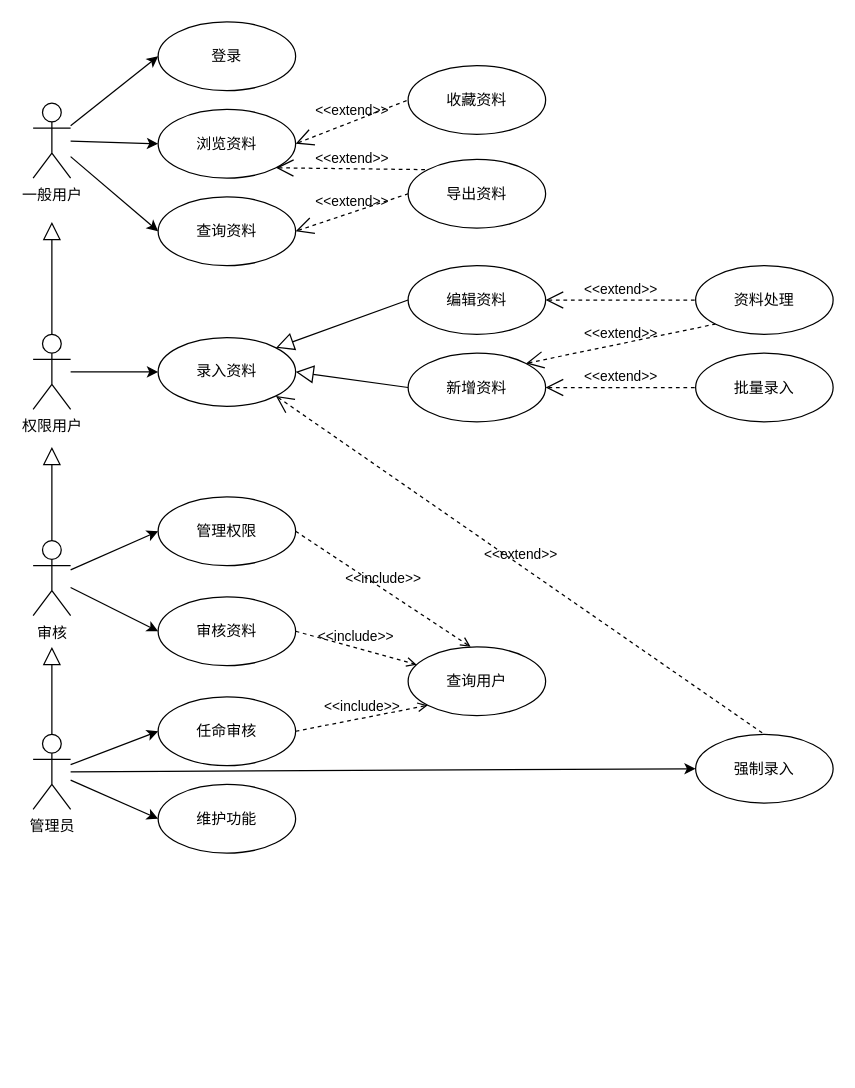
This is UML用例图.drawio from icemeowzhi/uml, a draw.io file, before an edit. Source tidied: cells renumbered, new cells numbered last; positions are measured from the earlier drawing's top-left corner, leaving out a move shared by most shapes. Both pictures are drawn from the tidied source at 125%, with x=0, y=0 at pixel (32, 21).
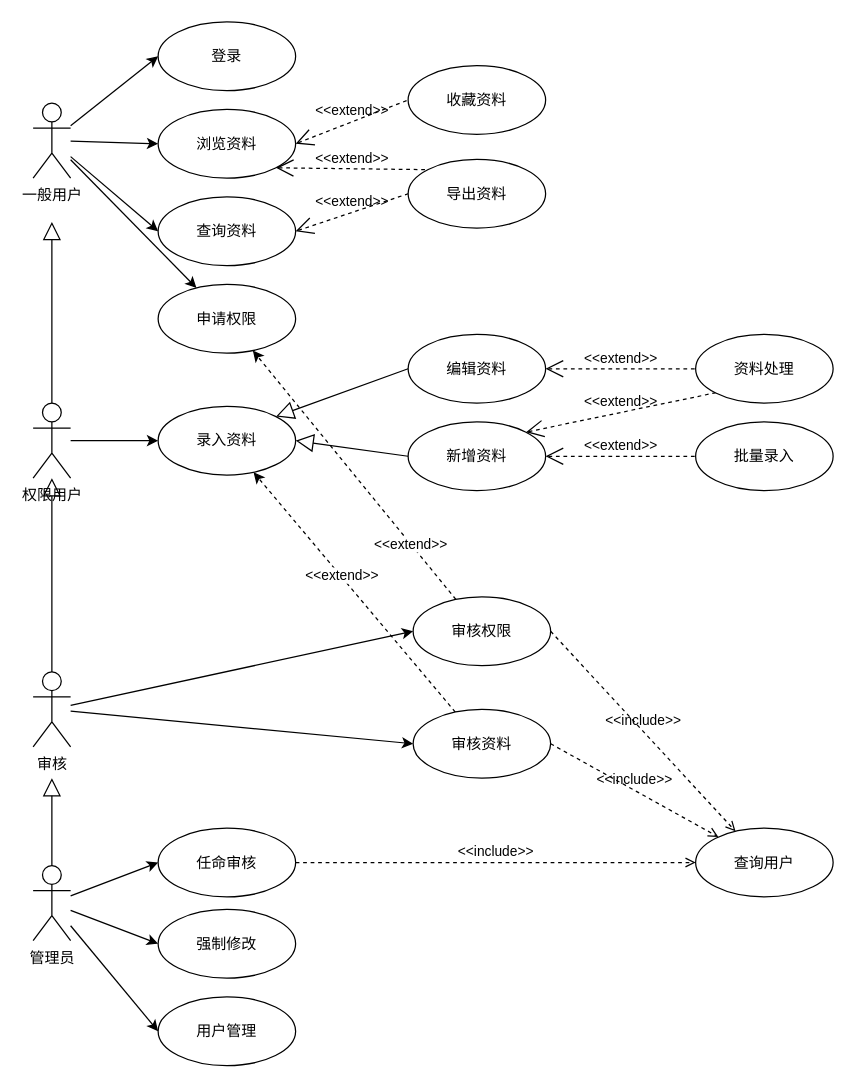
Above is the later version.

Commit message:
更新UML用例图.drawio

The change refers to these unchanged cells:
```xml
<mxCell id="5" value="一般用户" style="shape=umlActor;verticalLabelPosition=bottom;verticalAlign=top;html=1;" parent="1" vertex="1">
  <mxGeometry y="65" width="30" height="60" as="geometry" />
</mxCell>
```

Change to the diagram source:
```diff
@@
+    <mxCell id="46" style="rounded=0;jettySize=auto;html=1;" parent="1" edge="1" source="5" target="51">
+      <mxGeometry relative="1" as="geometry" />
+    </mxCell>
@@
     <mxCell id="7" value="权限用户" style="shape=umlActor;verticalLabelPosition=bottom;verticalAlign=top;html=1;" parent="1" vertex="1">
-      <mxGeometry y="250" width="30" height="60" as="geometry" />
+      <mxGeometry y="305" width="30" height="60" as="geometry" />
     </mxCell>
@@
     <mxCell id="11" value="管理员" style="shape=umlActor;verticalLabelPosition=bottom;verticalAlign=top;html=1;" parent="1" vertex="1">
-      <mxGeometry y="570" width="30" height="60" as="geometry" />
+      <mxGeometry y="675" width="30" height="60" as="geometry" />
     </mxCell>
@@
     <mxCell id="14" value="审核" style="shape=umlActor;verticalLabelPosition=bottom;verticalAlign=top;html=1;" parent="1" vertex="1">
-      <mxGeometry y="415" width="30" height="60" as="geometry" />
+      <mxGeometry y="520" width="30" height="60" as="geometry" />
     </mxCell>
@@
     <mxCell id="16" value="编辑资料" style="ellipse;whiteSpace=wrap;html=1;" parent="1" vertex="1">
-      <mxGeometry x="300" y="195" width="110" height="55" as="geometry" />
+      <mxGeometry x="300" y="250" width="110" height="55" as="geometry" />
     </mxCell>
@@
     <mxCell id="21" value="新增资料" style="ellipse;whiteSpace=wrap;html=1;" parent="1" vertex="1">
-      <mxGeometry x="300" y="265" width="110" height="55" as="geometry" />
+      <mxGeometry x="300" y="320" width="110" height="55" as="geometry" />
     </mxCell>
     <mxCell id="22" value="资料处理" style="ellipse;whiteSpace=wrap;html=1;" parent="1" vertex="1">
-      <mxGeometry x="530" y="195" width="110" height="55" as="geometry" />
+      <mxGeometry x="530" y="250" width="110" height="55" as="geometry" />
     </mxCell>
+    <mxCell id="47" style="rounded=0;jettySize=auto;html=1;dashed=1;" parent="1" edge="1" source="23" target="42">
+      <mxGeometry relative="1" as="geometry" />
+    </mxCell>
+    <mxCell id="48" value="&amp;lt;&amp;lt;extend&amp;gt;&amp;gt;" style="edgeLabel;html=1;align=center;verticalAlign=middle;" parent="47" vertex="1">
+      <mxGeometry x="0.14" relative="1" as="geometry">
+        <mxPoint x="1" as="offset" />
+      </mxGeometry>
+    </mxCell>
     <mxCell id="23" value="审核资料" style="ellipse;whiteSpace=wrap;html=1;" parent="1" vertex="1">
-      <mxGeometry x="100" y="460" width="110" height="55" as="geometry" />
+      <mxGeometry x="304" y="550" width="110" height="55" as="geometry" />
     </mxCell>
+    <mxCell id="49" style="rounded=0;jettySize=auto;html=1;dashed=1;" parent="1" edge="1" source="24" target="51">
+      <mxGeometry relative="1" as="geometry" />
+    </mxCell>
+    <mxCell id="50" value="&amp;lt;&amp;lt;extend&amp;gt;&amp;gt;" style="edgeLabel;html=1;align=center;verticalAlign=middle;" parent="49" vertex="1">
+      <mxGeometry x="-0.56" y="-1" relative="1" as="geometry">
+        <mxPoint x="-1" as="offset" />
+      </mxGeometry>
+    </mxCell>
-    <mxCell id="24" value="管理权限" style="ellipse;whiteSpace=wrap;html=1;" parent="1" vertex="1">
-      <mxGeometry x="100" y="380" width="110" height="55" as="geometry" />
+    <mxCell id="24" value="审核权限" style="ellipse;whiteSpace=wrap;html=1;" parent="1" vertex="1">
+      <mxGeometry x="304" y="460" width="110" height="55" as="geometry" />
     </mxCell>
     <mxCell id="25" value="任命审核" style="ellipse;whiteSpace=wrap;html=1;" parent="1" vertex="1">
-      <mxGeometry x="100" y="540" width="110" height="55" as="geometry" />
+      <mxGeometry x="100" y="645" width="110" height="55" as="geometry" />
     </mxCell>
-    <mxCell id="26" value="强制录入" style="ellipse;whiteSpace=wrap;html=1;" parent="1" vertex="1">
-      <mxGeometry x="530" y="570" width="110" height="55" as="geometry" />
+    <mxCell id="26" value="强制修改" style="ellipse;whiteSpace=wrap;html=1;" parent="1" vertex="1">
+      <mxGeometry x="100" y="710" width="110" height="55" as="geometry" />
     </mxCell>
     <mxCell id="27" value="批量录入" style="ellipse;whiteSpace=wrap;html=1;" parent="1" vertex="1">
-      <mxGeometry x="530" y="265" width="110" height="55" as="geometry" />
+      <mxGeometry x="530" y="320" width="110" height="55" as="geometry" />
     </mxCell>
     <mxCell id="28" style="edgeStyle=none;html=1;endArrow=block;endFill=0;endSize=12;verticalAlign=bottom;rounded=0;exitX=0.5;exitY=0;exitDx=0;exitDy=0;exitPerimeter=0;" parent="1" edge="1" source="11">
       <mxGeometry relative="1" as="geometry">
-        <mxPoint x="15" y="500" as="targetPoint" />
+        <mxPoint x="15" y="605" as="targetPoint" />
       </mxGeometry>
     </mxCell>
-    <mxCell id="29" style="edgeStyle=none;html=1;endArrow=block;endFill=0;endSize=12;verticalAlign=bottom;rounded=0;exitX=0.5;exitY=0;exitDx=0;exitDy=0;exitPerimeter=0;" parent="1" edge="1" source="14">
-      <mxGeometry relative="1" as="geometry">
-        <mxPoint x="15" y="340" as="targetPoint" />
-      </mxGeometry>
+    <mxCell id="29" style="edgeStyle=none;html=1;endArrow=block;endFill=0;endSize=12;verticalAlign=bottom;rounded=0;exitX=0.5;exitY=0;exitDx=0;exitDy=0;exitPerimeter=0;" parent="1" edge="1" source="14" target="7">
+      <mxGeometry relative="1" as="geometry" />
     </mxCell>
@@
-    <mxCell id="31" value="维护功能" style="ellipse;whiteSpace=wrap;html=1;" parent="1" vertex="1">
-      <mxGeometry x="100" y="610" width="110" height="55" as="geometry" />
+    <mxCell id="31" value="用户管理" style="ellipse;whiteSpace=wrap;html=1;" parent="1" vertex="1">
+      <mxGeometry x="100" y="780" width="110" height="55" as="geometry" />
     </mxCell>
     <mxCell id="32" value="查询用户" style="ellipse;whiteSpace=wrap;html=1;" parent="1" vertex="1">
-      <mxGeometry x="300" y="500" width="110" height="55" as="geometry" />
+      <mxGeometry x="530" y="645" width="110" height="55" as="geometry" />
     </mxCell>
@@
-    <mxCell id="39" value="&amp;lt;&amp;lt;include&amp;gt;&amp;gt;" style="edgeStyle=none;html=1;endArrow=open;verticalAlign=bottom;dashed=1;labelBackgroundColor=none;rounded=0;exitX=1;exitY=0.5;exitDx=0;exitDy=0;" parent="1" edge="1" source="24">
-      <mxGeometry relative="1" as="geometry">
-        <mxPoint x="350" y="500" as="targetPoint" />
-      </mxGeometry>
+    <mxCell id="39" value="&amp;lt;&amp;lt;include&amp;gt;&amp;gt;" style="edgeStyle=none;html=1;endArrow=open;verticalAlign=bottom;dashed=1;labelBackgroundColor=none;rounded=0;exitX=1;exitY=0.5;exitDx=0;exitDy=0;" parent="1" edge="1" source="24" target="32">
+      <mxGeometry relative="1" as="geometry" />
     </mxCell>
@@
-    <mxCell id="41" value="&amp;lt;&amp;lt;extend&amp;gt;&amp;gt;" style="edgeStyle=none;html=1;startArrow=open;endArrow=none;startSize=12;verticalAlign=bottom;dashed=1;labelBackgroundColor=none;rounded=0;entryX=0.5;entryY=0;entryDx=0;entryDy=0;exitX=1;exitY=1;exitDx=0;exitDy=0;" parent="1" edge="1" source="42" target="26">
-      <mxGeometry relative="1" as="geometry" />
-    </mxCell>
     <mxCell id="42" value="录入资料" style="ellipse;whiteSpace=wrap;html=1;" parent="1" vertex="1">
-      <mxGeometry x="100" y="252.5" width="110" height="55" as="geometry" />
+      <mxGeometry x="100" y="307.5" width="110" height="55" as="geometry" />
     </mxCell>
-    <mxCell id="43" value="&amp;lt;&amp;lt;include&amp;gt;&amp;gt;" style="edgeStyle=none;html=1;endArrow=open;verticalAlign=bottom;dashed=1;labelBackgroundColor=none;rounded=0;exitX=1;exitY=0.5;exitDx=0;exitDy=0;entryX=0;entryY=1;entryDx=0;entryDy=0;" parent="1" edge="1" source="25" target="32">
+    <mxCell id="43" value="&amp;lt;&amp;lt;include&amp;gt;&amp;gt;" style="edgeStyle=none;html=1;endArrow=open;verticalAlign=bottom;dashed=1;labelBackgroundColor=none;rounded=0;exitX=1;exitY=0.5;exitDx=0;exitDy=0;" parent="1" edge="1" source="25" target="32">
       <mxGeometry relative="1" as="geometry" />
     </mxCell>
@@
+    <mxCell id="51" value="申请权限" style="ellipse;whiteSpace=wrap;html=1;" parent="1" vertex="1">
+      <mxGeometry x="100" y="210" width="110" height="55" as="geometry" />
+    </mxCell>
```
